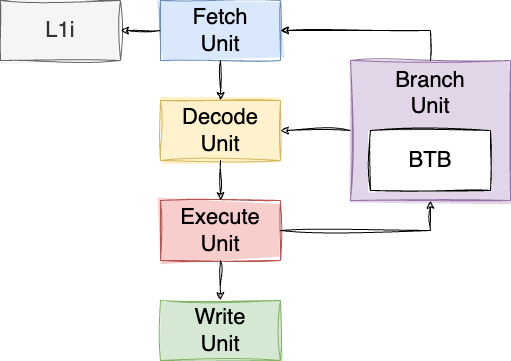
Before: res/majorana-mvp-4.drawio.png, a diagram exported from draw.io (teivah/majorana). Source tidied: cells renumbered, new cells last; positions are measured from the earlier drawing's top-left corner, leaving out a move shared by most shapes. The source it was exported from:
```xml
<mxGraphModel>
  <root>
    <mxCell id="0" />
    <mxCell id="1" parent="0" />
    <mxCell id="2" value="Fetch&lt;br&gt;Unit" style="rounded=0;whiteSpace=wrap;html=1;sketch=1;curveFitting=1;jiggle=2;fontSize=22;fillStyle=solid;fillColor=#dae8fc;strokeColor=#6c8ebf;" parent="1" vertex="1">
      <mxGeometry x="160" width="120" height="60" as="geometry" />
    </mxCell>
    <mxCell id="3" value="Decode&lt;br&gt;Unit" style="rounded=0;whiteSpace=wrap;html=1;sketch=1;curveFitting=1;jiggle=2;fontSize=22;fillStyle=solid;fillColor=#fff2cc;strokeColor=#d6b656;" parent="1" vertex="1">
      <mxGeometry x="160" y="100" width="120" height="60" as="geometry" />
    </mxCell>
    <mxCell id="4" style="endArrow=classic;html=1;rounded=0;exitX=0.5;exitY=1;exitDx=0;exitDy=0;sketch=1;curveFitting=1;jiggle=2;" parent="1" edge="1" source="2" target="3">
      <mxGeometry relative="1" as="geometry" />
    </mxCell>
    <mxCell id="5" value="Execute&lt;br&gt;Unit" style="rounded=0;whiteSpace=wrap;html=1;sketch=1;curveFitting=1;jiggle=2;fontSize=22;fillStyle=solid;fillColor=#f8cecc;strokeColor=#b85450;" parent="1" vertex="1">
      <mxGeometry x="160" y="200" width="120" height="60" as="geometry" />
    </mxCell>
    <mxCell id="6" value="Write&lt;br&gt;Unit" style="rounded=0;whiteSpace=wrap;html=1;sketch=1;curveFitting=1;jiggle=2;fontSize=22;fillStyle=solid;fillColor=#d5e8d4;strokeColor=#82b366;" parent="1" vertex="1">
      <mxGeometry x="160" y="300" width="120" height="60" as="geometry" />
    </mxCell>
    <mxCell id="7" style="endArrow=classic;html=1;rounded=0;sketch=1;curveFitting=1;jiggle=2;entryX=0.5;entryY=0;entryDx=0;entryDy=0;" parent="1" edge="1" target="5">
      <mxGeometry relative="1" as="geometry">
        <mxPoint x="220" y="160" as="sourcePoint" />
      </mxGeometry>
    </mxCell>
    <mxCell id="8" style="endArrow=classic;html=1;rounded=0;sketch=1;curveFitting=1;jiggle=2;entryX=0.5;entryY=0;entryDx=0;entryDy=0;exitX=0.5;exitY=1;exitDx=0;exitDy=0;" parent="1" edge="1" source="5" target="6">
      <mxGeometry relative="1" as="geometry" />
    </mxCell>
    <mxCell id="9" value="L1i" style="rounded=0;whiteSpace=wrap;html=1;sketch=1;curveFitting=1;jiggle=2;fontSize=22;fillStyle=solid;fillColor=#f5f5f5;fontColor=#333333;strokeColor=#666666;" parent="1" vertex="1">
      <mxGeometry width="120" height="60" as="geometry" />
    </mxCell>
    <mxCell id="10" style="endArrow=classic;html=1;rounded=0;exitX=0;exitY=0.5;exitDx=0;exitDy=0;sketch=1;curveFitting=1;jiggle=2;entryX=1;entryY=0.5;entryDx=0;entryDy=0;" parent="1" edge="1" source="2" target="9">
      <mxGeometry relative="1" as="geometry" />
    </mxCell>
    <mxCell id="11" value="Branch&lt;br&gt;Unit" style="rounded=0;whiteSpace=wrap;html=1;sketch=1;curveFitting=1;jiggle=2;fontSize=22;verticalAlign=top;fillStyle=solid;fillColor=#e1d5e7;strokeColor=#9673a6;" parent="1" vertex="1">
      <mxGeometry x="350" y="60" width="160" height="140" as="geometry" />
    </mxCell>
    <mxCell id="12" style="endArrow=classic;html=1;rounded=0;sketch=1;curveFitting=1;jiggle=2;entryX=0.5;entryY=1;entryDx=0;entryDy=0;exitX=1;exitY=0.5;exitDx=0;exitDy=0;edgeStyle=orthogonalEdgeStyle;" parent="1" edge="1" source="5" target="11">
      <mxGeometry relative="1" as="geometry" />
    </mxCell>
    <mxCell id="13" value="BTB" style="rounded=0;whiteSpace=wrap;html=1;sketch=1;curveFitting=1;jiggle=2;fontSize=22;fillStyle=solid;" parent="1" vertex="1">
      <mxGeometry x="370" y="130" width="120" height="60" as="geometry" />
    </mxCell>
    <mxCell id="14" style="endArrow=classic;html=1;rounded=0;sketch=1;curveFitting=1;jiggle=2;entryX=1;entryY=0.5;entryDx=0;entryDy=0;exitX=0.5;exitY=0;exitDx=0;exitDy=0;edgeStyle=orthogonalEdgeStyle;" parent="1" edge="1" source="11" target="2">
      <mxGeometry relative="1" as="geometry" />
    </mxCell>
    <mxCell id="15" style="endArrow=classic;html=1;rounded=0;sketch=1;curveFitting=1;jiggle=2;exitX=0;exitY=0.5;exitDx=0;exitDy=0;edgeStyle=orthogonalEdgeStyle;" parent="1" edge="1" source="11" target="3">
      <mxGeometry relative="1" as="geometry" />
    </mxCell>
  </root>
</mxGraphModel>
```
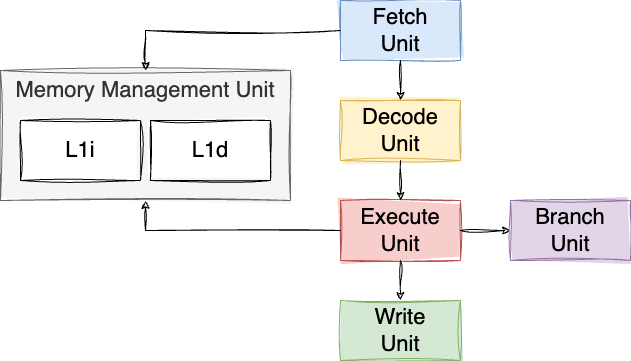
The same diagram one commit later.

The edit, as a diff of the source:
```diff
@@ -25,26 +25,30 @@
     <mxCell id="8" style="endArrow=classic;html=1;rounded=0;sketch=1;curveFitting=1;jiggle=2;entryX=0.5;entryY=0;entryDx=0;entryDy=0;exitX=0.5;exitY=1;exitDx=0;exitDy=0;" parent="1" edge="1" source="5" target="6">
       <mxGeometry relative="1" as="geometry" />
     </mxCell>
+    <mxCell id="12" style="endArrow=classic;html=1;rounded=0;sketch=1;curveFitting=1;jiggle=2;entryX=0;entryY=0.5;entryDx=0;entryDy=0;exitX=1;exitY=0.5;exitDx=0;exitDy=0;edgeStyle=orthogonalEdgeStyle;" parent="1" edge="1" source="5" target="11">
+      <mxGeometry relative="1" as="geometry" />
+    </mxCell>
+    <mxCell id="16" value="Memory Management Unit" style="rounded=0;whiteSpace=wrap;html=1;sketch=1;curveFitting=1;jiggle=2;fontSize=22;fillStyle=solid;fillColor=#f5f5f5;fontColor=#333333;strokeColor=#666666;verticalAlign=top;" parent="1" vertex="1">
+      <mxGeometry x="-180" y="70" width="290" height="130" as="geometry" />
+    </mxCell>
-    <mxCell id="9" value="L1i" style="rounded=0;whiteSpace=wrap;html=1;sketch=1;curveFitting=1;jiggle=2;fontSize=22;fillStyle=solid;fillColor=#f5f5f5;fontColor=#333333;strokeColor=#666666;" parent="1" vertex="1">
-      <mxGeometry width="120" height="60" as="geometry" />
+    <mxCell id="9" value="L1i" style="rounded=0;whiteSpace=wrap;html=1;sketch=1;curveFitting=1;jiggle=2;fontSize=22;fillStyle=solid;" parent="1" vertex="1">
+      <mxGeometry x="-160" y="120" width="120" height="60" as="geometry" />
     </mxCell>
-    <mxCell id="10" style="endArrow=classic;html=1;rounded=0;exitX=0;exitY=0.5;exitDx=0;exitDy=0;sketch=1;curveFitting=1;jiggle=2;entryX=1;entryY=0.5;entryDx=0;entryDy=0;" parent="1" edge="1" source="2" target="9">
-      <mxGeometry relative="1" as="geometry" />
-    </mxCell>
+    <mxCell id="17" value="L1d" style="rounded=0;whiteSpace=wrap;html=1;sketch=1;curveFitting=1;jiggle=2;fontSize=22;fillStyle=solid;" parent="1" vertex="1">
+      <mxGeometry x="-30" y="120" width="120" height="60" as="geometry" />
+    </mxCell>
+    <mxCell id="18" style="endArrow=classic;html=1;rounded=0;exitX=0;exitY=0.5;exitDx=0;exitDy=0;sketch=1;curveFitting=1;jiggle=2;entryX=0.5;entryY=0;entryDx=0;entryDy=0;edgeStyle=orthogonalEdgeStyle;" parent="1" edge="1" target="16">
+      <mxGeometry relative="1" as="geometry">
+        <mxPoint x="160" y="30" as="sourcePoint" />
+      </mxGeometry>
+    </mxCell>
+    <mxCell id="19" style="endArrow=classic;html=1;rounded=0;exitX=0;exitY=0.5;exitDx=0;exitDy=0;sketch=1;curveFitting=1;jiggle=2;entryX=0.5;entryY=1;entryDx=0;entryDy=0;edgeStyle=orthogonalEdgeStyle;" parent="1" edge="1" target="16">
+      <mxGeometry relative="1" as="geometry">
+        <mxPoint x="160" y="230" as="sourcePoint" />
+      </mxGeometry>
+    </mxCell>
-    <mxCell id="11" value="Branch&lt;br&gt;Unit" style="rounded=0;whiteSpace=wrap;html=1;sketch=1;curveFitting=1;jiggle=2;fontSize=22;verticalAlign=top;fillStyle=solid;fillColor=#e1d5e7;strokeColor=#9673a6;" parent="1" vertex="1">
-      <mxGeometry x="350" y="60" width="160" height="140" as="geometry" />
+    <mxCell id="11" value="Branch&lt;br&gt;Unit" style="rounded=0;whiteSpace=wrap;html=1;sketch=1;curveFitting=1;jiggle=2;fontSize=22;fillStyle=solid;fillColor=#e1d5e7;strokeColor=#9673a6;" parent="1" vertex="1">
+      <mxGeometry x="330" y="200" width="120" height="60" as="geometry" />
     </mxCell>
-    <mxCell id="12" style="endArrow=classic;html=1;rounded=0;sketch=1;curveFitting=1;jiggle=2;entryX=0.5;entryY=1;entryDx=0;entryDy=0;exitX=1;exitY=0.5;exitDx=0;exitDy=0;edgeStyle=orthogonalEdgeStyle;" parent="1" edge="1" source="5" target="11">
-      <mxGeometry relative="1" as="geometry" />
-    </mxCell>
-    <mxCell id="13" value="BTB" style="rounded=0;whiteSpace=wrap;html=1;sketch=1;curveFitting=1;jiggle=2;fontSize=22;fillStyle=solid;" parent="1" vertex="1">
-      <mxGeometry x="370" y="130" width="120" height="60" as="geometry" />
-    </mxCell>
-    <mxCell id="14" style="endArrow=classic;html=1;rounded=0;sketch=1;curveFitting=1;jiggle=2;entryX=1;entryY=0.5;entryDx=0;entryDy=0;exitX=0.5;exitY=0;exitDx=0;exitDy=0;edgeStyle=orthogonalEdgeStyle;" parent="1" edge="1" source="11" target="2">
-      <mxGeometry relative="1" as="geometry" />
-    </mxCell>
-    <mxCell id="15" style="endArrow=classic;html=1;rounded=0;sketch=1;curveFitting=1;jiggle=2;exitX=0;exitY=0.5;exitDx=0;exitDy=0;edgeStyle=orthogonalEdgeStyle;" parent="1" edge="1" source="11" target="3">
-      <mxGeometry relative="1" as="geometry" />
-    </mxCell>
   </root>
 </mxGraphModel>
```
